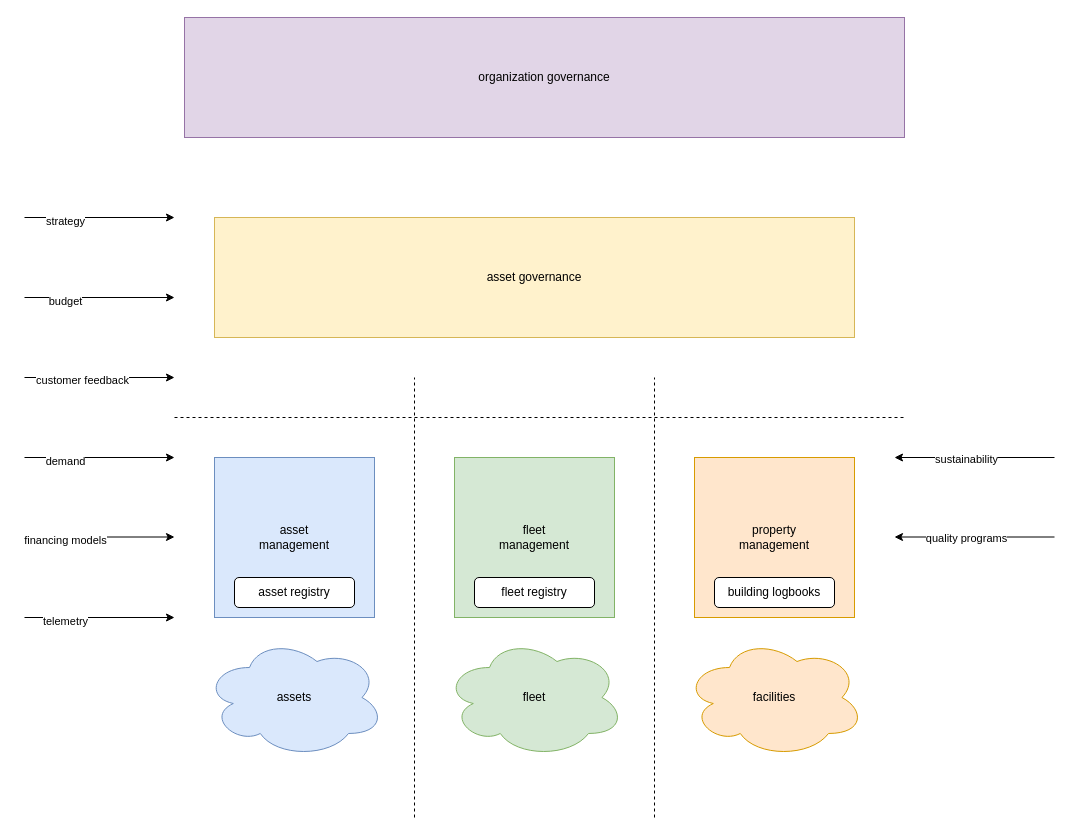
The draw.io diagram thesis/Untitled Diagram.drawio in timoruohomaki/LUT-DAP, before the edit. Source tidied: cells renumbered, new cells numbered last; positions are measured from the earlier drawing's top-left corner, leaving out a move shared by most shapes. Both pictures are drawn from the tidied source at 100%, with x=0, y=0 at pixel (24, 17).
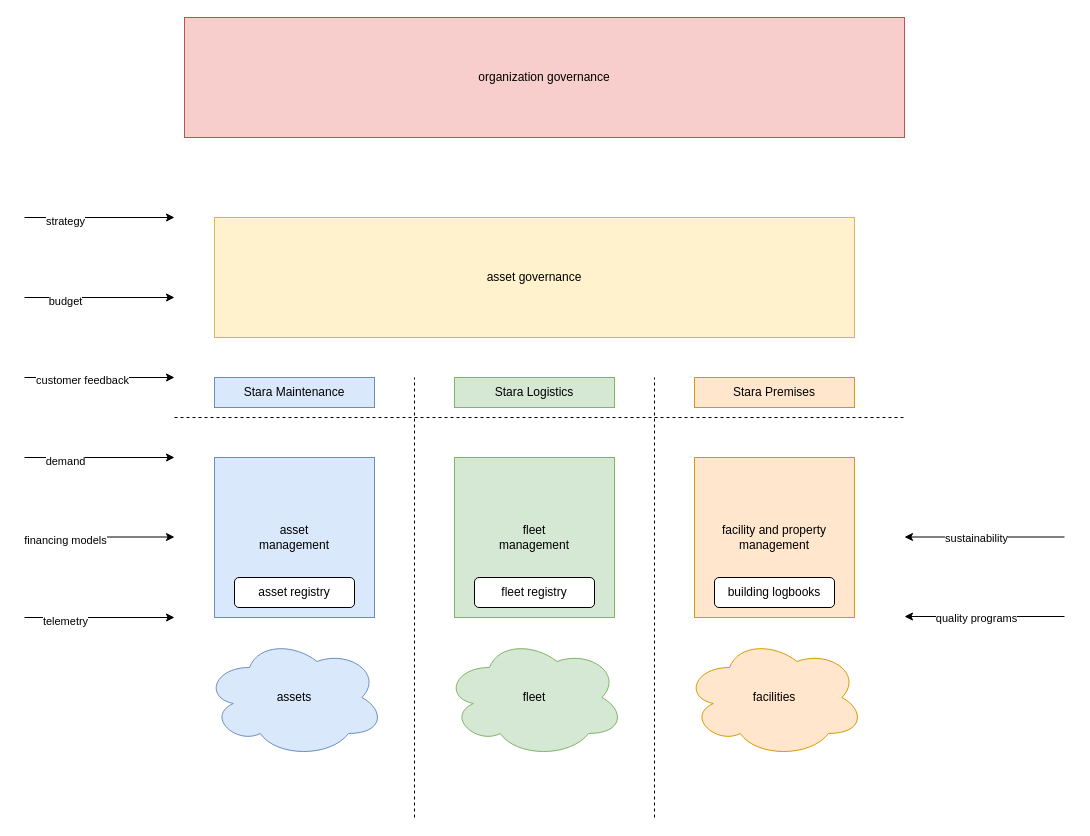
Above is the later version.

Diff of the diagram source:
```diff
@@
-    <mxCell id="5" value="property&lt;div&gt;management&lt;/div&gt;" style="whiteSpace=wrap;html=1;fillColor=#ffe6cc;strokeColor=#d79b00;" parent="1" vertex="1">
+    <mxCell id="5" value="facility and property&lt;div&gt;management&lt;/div&gt;" style="whiteSpace=wrap;html=1;fillColor=#ffe6cc;strokeColor=#d79b00;" parent="1" vertex="1">
       <mxGeometry x="670" y="440" width="160" height="160" as="geometry" />
     </mxCell>
@@
     <mxCell id="27" style="endArrow=classic;html=1;rounded=0;" parent="1" edge="1">
       <mxGeometry relative="1" as="geometry">
-        <mxPoint x="1030" y="440" as="sourcePoint" />
-        <mxPoint x="870" y="440" as="targetPoint" />
+        <mxPoint x="1040" y="519.5" as="sourcePoint" />
+        <mxPoint x="880" y="519.5" as="targetPoint" />
       </mxGeometry>
     </mxCell>
@@
     <mxCell id="29" style="endArrow=classic;html=1;rounded=0;" parent="1" edge="1">
       <mxGeometry relative="1" as="geometry">
-        <mxPoint x="1030" y="519.5" as="sourcePoint" />
-        <mxPoint x="870" y="519.5" as="targetPoint" />
+        <mxPoint x="1040" y="599" as="sourcePoint" />
+        <mxPoint x="880" y="599" as="targetPoint" />
       </mxGeometry>
     </mxCell>
@@
-    <mxCell id="31" value="organization governance" style="rounded=0;whiteSpace=wrap;html=1;fillColor=#e1d5e7;strokeColor=#9673a6;" parent="1" vertex="1">
+    <mxCell id="31" value="organization governance" style="rounded=0;whiteSpace=wrap;html=1;fillColor=#f8cecc;strokeColor=#b85450;" parent="1" vertex="1">
       <mxGeometry x="160" width="720" height="120" as="geometry" />
     </mxCell>
+    <mxCell id="32" value="Stara Logistics" style="rounded=0;whiteSpace=wrap;html=1;fillColor=#d5e8d4;strokeColor=#82b366;" parent="1" vertex="1">
+      <mxGeometry x="430" y="360" width="160" height="30" as="geometry" />
+    </mxCell>
+    <mxCell id="33" value="Stara Maintenance" style="rounded=0;whiteSpace=wrap;html=1;fillColor=#dae8fc;strokeColor=#6c8ebf;" parent="1" vertex="1">
+      <mxGeometry x="190" y="360" width="160" height="30" as="geometry" />
+    </mxCell>
+    <mxCell id="34" value="Stara Premises" style="rounded=0;whiteSpace=wrap;html=1;fillColor=#ffe6cc;strokeColor=#d79b00;" parent="1" vertex="1">
+      <mxGeometry x="670" y="360" width="160" height="30" as="geometry" />
+    </mxCell>
```
